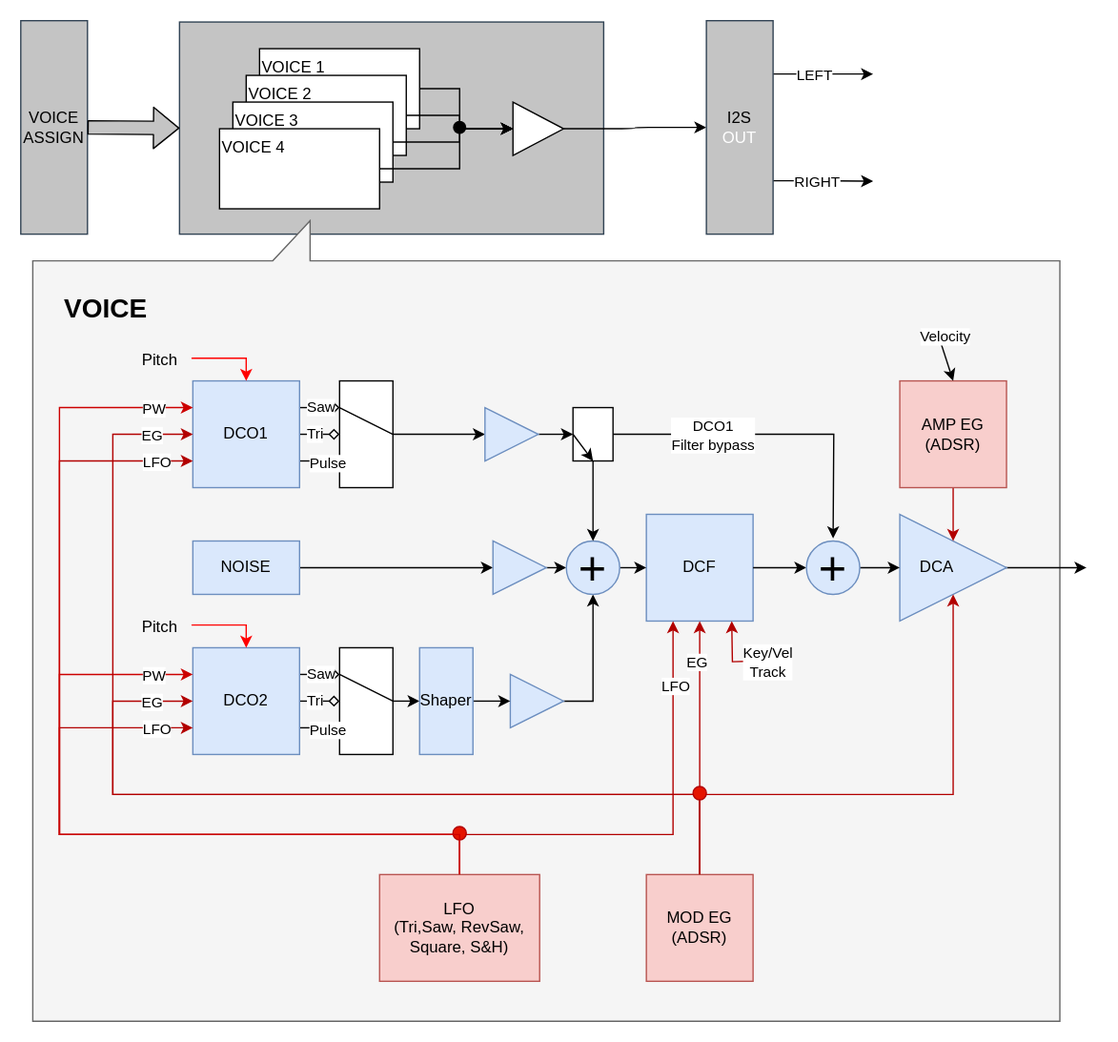
Before: docs/assets/images/synth_blocks.svg, a diagram exported from draw.io (ydigikat/TangSynth9). Source tidied: cells renumbered, new cells last; positions are measured from the earlier drawing's top-left corner, leaving out a move shared by most shapes.
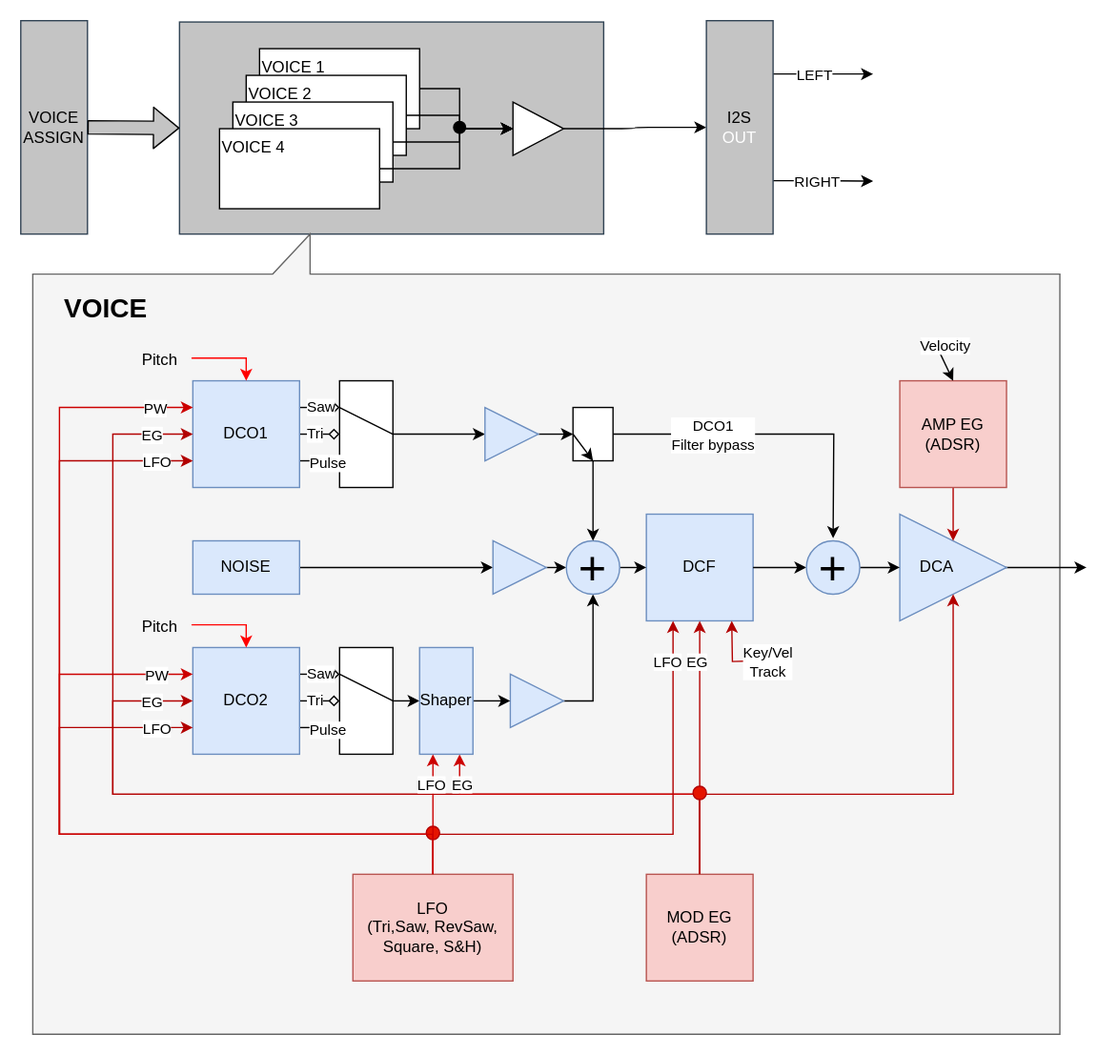
Later version of the same file.

What changed in the source:
```diff
@@ -6,7 +6,7 @@
       <mxGeometry x="119" y="1" width="318" height="159" as="geometry" />
     </mxCell>
     <mxCell id="3" style="shape=callout;whiteSpace=wrap;html=1;perimeter=calloutPerimeter;rotation=-180;base=28;size=30;position=0.73;position2=0.73;fillColor=#f5f5f5;fontColor=#333333;strokeColor=#666666;" parent="1" vertex="1">
-      <mxGeometry x="9" y="150" width="770" height="600" as="geometry" />
+      <mxGeometry x="9" y="160" width="770" height="600" as="geometry" />
     </mxCell>
     <mxCell id="4" style="edgeStyle=none;html=1;exitX=1;exitY=0.5;exitDx=0;exitDy=0;" parent="1" edge="1" source="38">
       <mxGeometry relative="1" as="geometry">
@@ -132,7 +132,7 @@
     <mxCell id="39" style="edgeStyle=orthogonalEdgeStyle;html=1;exitX=0.5;exitY=0;exitDx=0;exitDy=0;entryX=0;entryY=0.75;entryDx=0;entryDy=0;rounded=0;curved=0;fillColor=#e51400;strokeColor=#B20000;" parent="1" edge="1" source="46" target="25">
       <mxGeometry relative="1" as="geometry">
         <Array as="points">
-          <mxPoint x="329" y="610" />
+          <mxPoint x="309" y="610" />
           <mxPoint x="29" y="610" />
           <mxPoint x="29" y="530" />
         </Array>
@@ -159,13 +159,13 @@
     </mxCell>
     <mxCell id="43" value="LFO" style="edgeLabel;html=1;align=center;verticalAlign=middle;" parent="40" vertex="1">
       <mxGeometry x="-0.88" y="1" relative="1" as="geometry">
-        <mxPoint y="-10" as="offset" />
+        <mxPoint x="-6" y="-28" as="offset" />
       </mxGeometry>
     </mxCell>
     <mxCell id="44" style="edgeStyle=orthogonalEdgeStyle;html=1;exitX=0.5;exitY=0;exitDx=0;exitDy=0;entryX=0;entryY=0.25;entryDx=0;entryDy=0;rounded=0;curved=0;strokeColor=#CC0000;" parent="1" edge="1" source="46" target="25">
       <mxGeometry relative="1" as="geometry">
         <Array as="points">
-          <mxPoint x="329" y="610" />
+          <mxPoint x="309" y="610" />
           <mxPoint x="29" y="610" />
           <mxPoint x="29" y="490" />
         </Array>
@@ -177,7 +177,7 @@
       </mxGeometry>
     </mxCell>
     <mxCell id="46" value="LFO&lt;div&gt;(Tri,Saw, RevSaw, Square, S&amp;amp;H)&lt;/div&gt;" style="rounded=0;whiteSpace=wrap;html=1;strokeColor=#b85450;fillColor=#f8cecc;" parent="1" vertex="1">
-      <mxGeometry x="269" y="640" width="120" height="80" as="geometry" />
+      <mxGeometry x="249" y="640" width="120" height="80" as="geometry" />
     </mxCell>
     <mxCell id="47" style="edgeStyle=none;html=1;exitX=0.5;exitY=0;exitDx=0;exitDy=0;entryX=0.5;entryY=1;entryDx=0;entryDy=0;strokeWidth=1;fillColor=#e51400;strokeColor=#B20000;" parent="1" edge="1" source="58" target="15">
       <mxGeometry relative="1" as="geometry" />
@@ -223,6 +223,19 @@
         </Array>
       </mxGeometry>
     </mxCell>
+    <mxCell id="99" style="edgeStyle=orthogonalEdgeStyle;html=1;exitX=0.5;exitY=0;exitDx=0;exitDy=0;entryX=0.75;entryY=1;entryDx=0;entryDy=0;rounded=0;curved=0;strokeColor=#CC0000;" parent="1" edge="1" source="54" target="98">
+      <mxGeometry relative="1" as="geometry">
+        <Array as="points">
+          <mxPoint x="509" y="580" />
+          <mxPoint x="329" y="580" />
+        </Array>
+      </mxGeometry>
+    </mxCell>
+    <mxCell id="100" value="EG" style="edgeLabel;html=1;align=center;verticalAlign=middle;" parent="99" vertex="1">
+      <mxGeometry x="0.86" y="-1" relative="1" as="geometry">
+        <mxPoint y="3" as="offset" />
+      </mxGeometry>
+    </mxCell>
     <mxCell id="54" value="MOD EG&lt;div&gt;(ADSR)&lt;/div&gt;" style="rounded=0;whiteSpace=wrap;html=1;strokeColor=#b85450;strokeWidth=1;fillColor=#f8cecc;" parent="1" vertex="1">
       <mxGeometry x="469" y="640" width="80" height="80" as="geometry" />
     </mxCell>
@@ -239,7 +252,7 @@
       <mxGeometry x="504" y="574" width="10" height="10" as="geometry" />
     </mxCell>
     <mxCell id="59" style="ellipse;whiteSpace=wrap;html=1;fillColor=#e51400;fontColor=#ffffff;strokeColor=#B20000;" parent="1" vertex="1">
-      <mxGeometry x="324" y="604" width="10" height="10" as="geometry" />
+      <mxGeometry x="304" y="604" width="10" height="10" as="geometry" />
     </mxCell>
     <mxCell id="60" style="endArrow=classic;html=1;fillColor=#e51400;strokeColor=#B20000;edgeStyle=orthogonalEdgeStyle;rounded=0;curved=0;" parent="1" edge="1">
       <mxGeometry relative="1" as="geometry">
@@ -387,7 +400,7 @@
     <mxCell id="95" style="edgeStyle=orthogonalEdgeStyle;html=1;exitX=0.5;exitY=0;exitDx=0;exitDy=0;rounded=0;curved=0;strokeColor=#CC0000;entryX=0;entryY=0.25;entryDx=0;entryDy=0;" parent="1" edge="1" source="46" target="13">
       <mxGeometry relative="1" as="geometry">
         <Array as="points">
-          <mxPoint x="329" y="610" />
+          <mxPoint x="309" y="610" />
           <mxPoint x="29" y="610" />
           <mxPoint x="29" y="290" />
         </Array>
@@ -404,5 +417,15 @@
     <mxCell id="98" value="Shaper" style="rounded=0;whiteSpace=wrap;html=1;fillColor=#dae8fc;strokeColor=#6c8ebf;" parent="1" vertex="1">
       <mxGeometry x="299" y="470" width="40" height="80" as="geometry" />
     </mxCell>
+    <mxCell id="101" style="edgeStyle=orthogonalEdgeStyle;html=1;exitX=0.5;exitY=0;exitDx=0;exitDy=0;rounded=0;curved=0;strokeColor=#CC0000;" parent="1" edge="1" source="46">
+      <mxGeometry relative="1" as="geometry">
+        <mxPoint x="309" y="550" as="targetPoint" />
+      </mxGeometry>
+    </mxCell>
+    <mxCell id="102" value="LFO" style="edgeLabel;html=1;align=center;verticalAlign=middle;" parent="101" vertex="1">
+      <mxGeometry x="0.46" y="-2" relative="1" as="geometry">
+        <mxPoint x="-4" y="-2" as="offset" />
+      </mxGeometry>
+    </mxCell>
   </root>
 </mxGraphModel>
```
